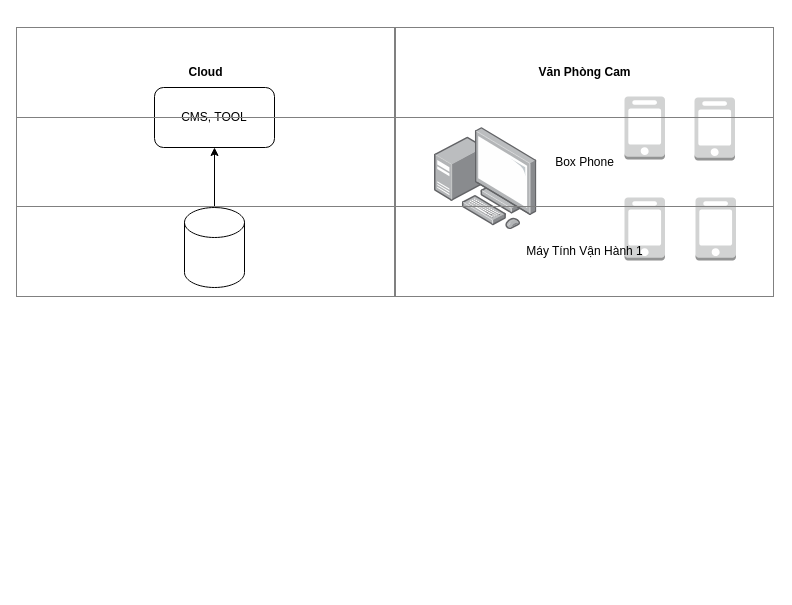
bachdev/diagram keeps this draw.io diagram as auto_bank.drawio. Above is the earlier version. Source tidied: cells renumbered, new cells numbered last; positions are measured from the earlier drawing's top-left corner, leaving out a move shared by most shapes. Both pictures are drawn from the tidied source at 100%, with x=0, y=0 at pixel (16, 27).
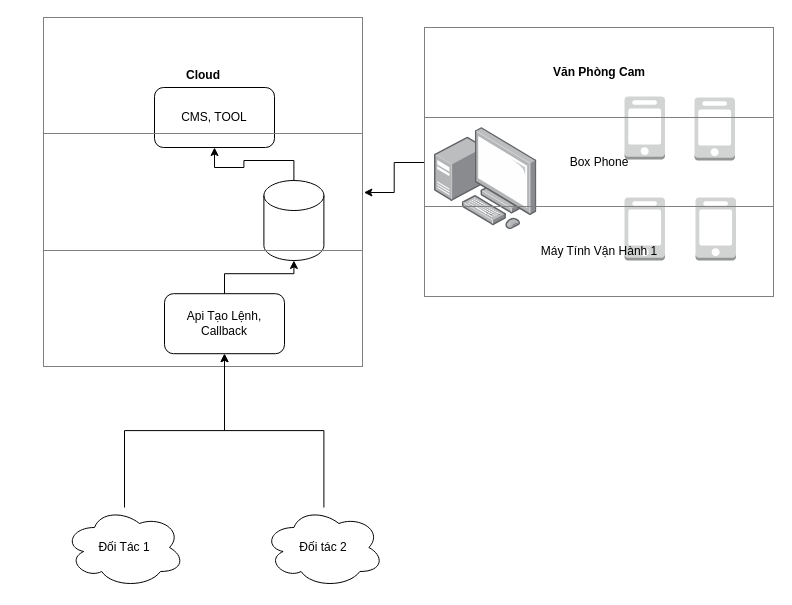
Above is the later version.

What changed in the source:
```diff
@@
 <mxGraphModel>
   <root>
     <mxCell id="0" />
     <mxCell id="1" parent="0" />
     <mxCell id="2" style="edgeStyle=orthogonalEdgeStyle;rounded=0;jettySize=auto;html=1;entryX=0.5;entryY=1;entryDx=0;entryDy=0;" parent="1" edge="1" source="3" target="4">
       <mxGeometry relative="1" as="geometry" />
     </mxCell>
     <mxCell id="3" style="shape=cylinder3;whiteSpace=wrap;html=1;boundedLbl=1;backgroundOutline=1;size=15;" parent="1" vertex="1">
-      <mxGeometry x="168" y="180" width="60" height="80" as="geometry" />
+      <mxGeometry x="247.4" y="153" width="60" height="80" as="geometry" />
     </mxCell>
     <mxCell id="4" value="CMS, TOOL" style="rounded=1;whiteSpace=wrap;html=1;" parent="1" vertex="1">
       <mxGeometry x="138" y="60" width="120" height="60" as="geometry" />
     </mxCell>
     <mxCell id="5" style="image;html=1;align=center;shadow=0;dashed=0;image=img/lib/allied_telesis/computer_and_terminals/Personal_Computer_with_Server.svg;" parent="1" vertex="1">
       <mxGeometry x="418" y="100" width="102.4" height="102.4" as="geometry" />
     </mxCell>
     <mxCell id="6" style="dashed=0;verticalLabelPosition=bottom;verticalAlign=top;align=center;html=1;shape=mxgraph.aws3.mobile_client;fillColor=#D2D3D3;gradientColor=none;" parent="1" vertex="1">
       <mxGeometry x="608" y="69" width="40.5" height="63" as="geometry" />
     </mxCell>
     <mxCell id="7" style="dashed=0;verticalLabelPosition=bottom;verticalAlign=top;align=center;html=1;shape=mxgraph.aws3.mobile_client;fillColor=#D2D3D3;gradientColor=none;" parent="1" vertex="1">
       <mxGeometry x="678" y="70" width="40.5" height="63" as="geometry" />
     </mxCell>
     <mxCell id="8" style="dashed=0;verticalLabelPosition=bottom;verticalAlign=top;align=center;html=1;shape=mxgraph.aws3.mobile_client;fillColor=#D2D3D3;gradientColor=none;" parent="1" vertex="1">
       <mxGeometry x="608" y="170" width="40.5" height="63" as="geometry" />
     </mxCell>
     <mxCell id="9" style="dashed=0;verticalLabelPosition=bottom;verticalAlign=top;align=center;html=1;shape=mxgraph.aws3.mobile_client;fillColor=#D2D3D3;gradientColor=none;" parent="1" vertex="1">
       <mxGeometry x="679" y="170" width="40.5" height="63" as="geometry" />
     </mxCell>
+    <mxCell id="12" style="edgeStyle=orthogonalEdgeStyle;rounded=0;jettySize=auto;html=1;" parent="1" edge="1" source="10" target="11">
+      <mxGeometry relative="1" as="geometry" />
+    </mxCell>
     <mxCell id="10" value="&lt;table border=&quot;1&quot; width=&quot;100%&quot; height=&quot;100%&quot; cellpadding=&quot;4&quot; style=&quot;width:100%;height:100%;border-collapse:collapse;&quot;&gt;&lt;tbody&gt;&lt;tr&gt;&lt;th align=&quot;center&quot;&gt;Văn Phòng Cam&lt;br&gt;&lt;/th&gt;&lt;/tr&gt;&lt;tr&gt;&lt;td align=&quot;center&quot;&gt;Box Phone&lt;br&gt;&lt;/td&gt;&lt;/tr&gt;&lt;tr&gt;&lt;td align=&quot;center&quot;&gt;Máy Tính Vận Hành 1&lt;/td&gt;&lt;/tr&gt;&lt;/tbody&gt;&lt;/table&gt;" style="text;html=1;whiteSpace=wrap;strokeColor=none;fillColor=none;overflow=fill;" parent="1" vertex="1">
-      <mxGeometry x="379.2" width="378.8" height="270" as="geometry" />
+      <mxGeometry x="408" width="350" height="270" as="geometry" />
     </mxCell>
     <mxCell id="11" value="&lt;table border=&quot;1&quot; width=&quot;100%&quot; height=&quot;100%&quot; cellpadding=&quot;4&quot; style=&quot;width:100%;height:100%;border-collapse:collapse;&quot;&gt;&lt;tbody&gt;&lt;tr&gt;&lt;th align=&quot;center&quot;&gt;Cloud&lt;br&gt;&lt;/th&gt;&lt;/tr&gt;&lt;tr&gt;&lt;td align=&quot;center&quot;&gt;&lt;br&gt;&lt;/td&gt;&lt;/tr&gt;&lt;tr&gt;&lt;td align=&quot;center&quot;&gt;&lt;br&gt;&lt;/td&gt;&lt;/tr&gt;&lt;/tbody&gt;&lt;/table&gt;" style="text;html=1;whiteSpace=wrap;strokeColor=none;fillColor=none;overflow=fill;" parent="1" vertex="1">
-      <mxGeometry x="0.4" width="378.8" height="270" as="geometry" />
+      <mxGeometry x="27.4" y="-10" width="320" height="350" as="geometry" />
     </mxCell>
+    <mxCell id="13" style="edgeStyle=orthogonalEdgeStyle;rounded=0;jettySize=auto;html=1;" parent="1" edge="1" source="14" target="3">
+      <mxGeometry relative="1" as="geometry" />
+    </mxCell>
+    <mxCell id="14" value="Api Tạo Lệnh, Callback" style="rounded=1;whiteSpace=wrap;html=1;" parent="1" vertex="1">
+      <mxGeometry x="148" y="266.2" width="120" height="60" as="geometry" />
+    </mxCell>
+    <mxCell id="15" style="edgeStyle=orthogonalEdgeStyle;rounded=0;jettySize=auto;html=1;entryX=0.5;entryY=1;entryDx=0;entryDy=0;" parent="1" edge="1" source="16" target="14">
+      <mxGeometry relative="1" as="geometry" />
+    </mxCell>
+    <mxCell id="16" value="Đối Tác 1" style="ellipse;shape=cloud;whiteSpace=wrap;html=1;" parent="1" vertex="1">
+      <mxGeometry x="48" y="480" width="120" height="80" as="geometry" />
+    </mxCell>
+    <mxCell id="17" style="edgeStyle=orthogonalEdgeStyle;rounded=0;jettySize=auto;html=1;" parent="1" edge="1" source="18" target="14">
+      <mxGeometry relative="1" as="geometry" />
+    </mxCell>
+    <mxCell id="18" value="Đối tác 2" style="ellipse;shape=cloud;whiteSpace=wrap;html=1;" parent="1" vertex="1">
+      <mxGeometry x="247.4" y="480" width="120" height="80" as="geometry" />
+    </mxCell>
   </root>
 </mxGraphModel>
```
